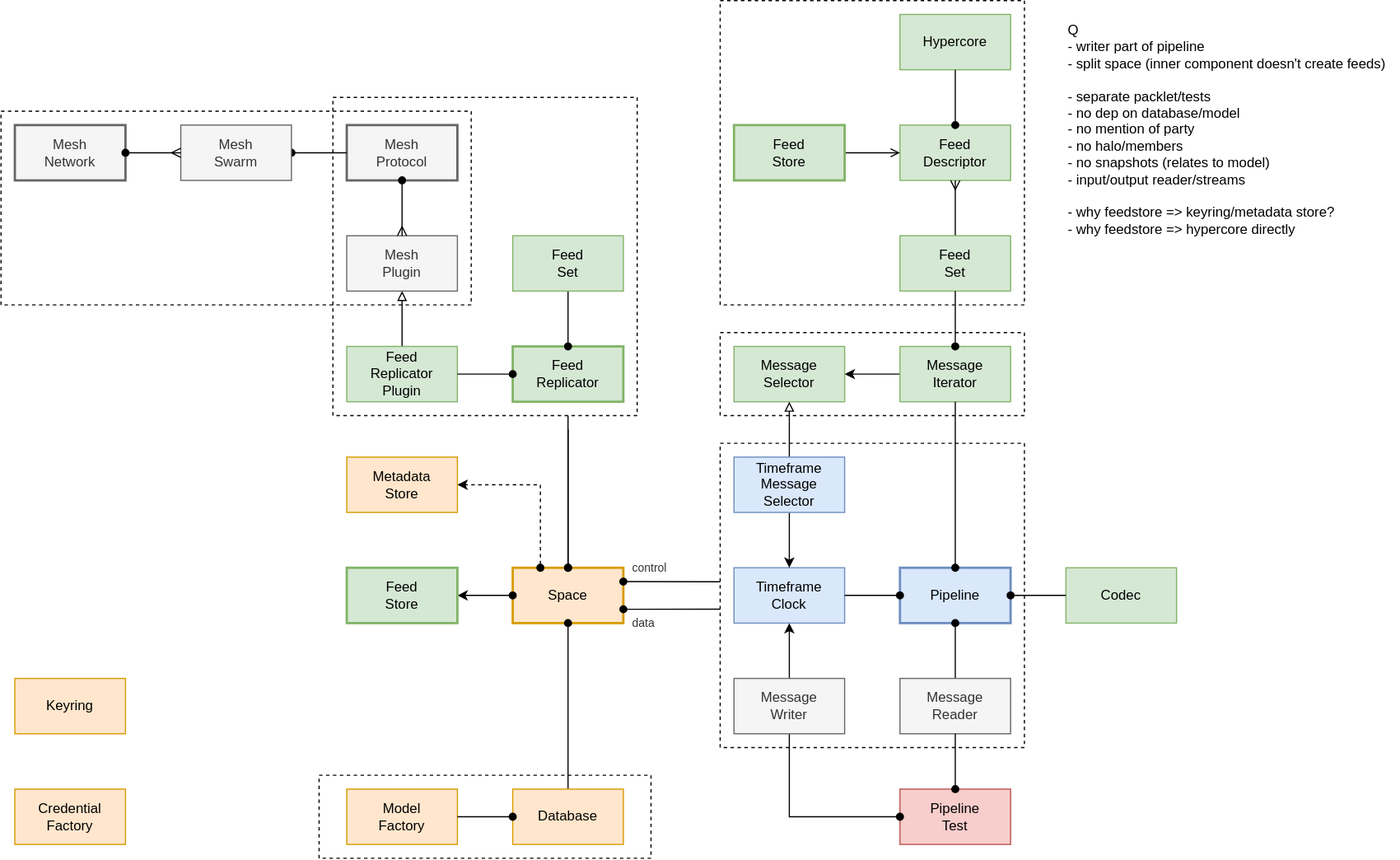
Above: docs/design/diagrams/echo-pipeline.drawio.svg in dxos/dxos (draw.io), before the change. Source tidied: cells renumbered, new cells last; positions are measured from the earlier drawing's top-left corner, leaving out a move shared by most shapes.
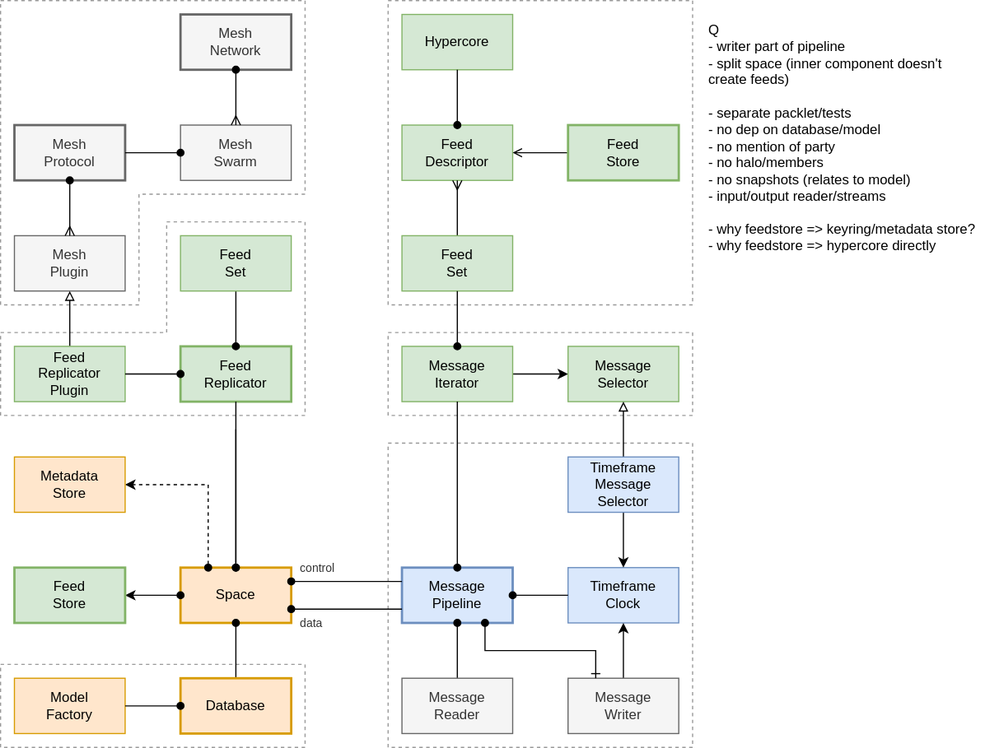
After the commit.

What changed in the source:
```diff
@@ -2,6 +2,18 @@
   <root>
     <mxCell id="0" />
     <mxCell id="1" parent="0" />
+    <mxCell id="66" style="shape=corner;whiteSpace=wrap;html=1;dx=120;dy=72;fillColor=none;dashed=1;direction=west;strokeColor=#999999;perimeterSpacing=0;" parent="1" vertex="1">
+      <mxGeometry x="288" y="192" width="264" height="168" as="geometry" />
+    </mxCell>
+    <mxCell id="50" style="rounded=0;whiteSpace=wrap;html=1;fillColor=none;dashed=1;strokeColor=#999999;" parent="1" vertex="1">
+      <mxGeometry x="624" y="288" width="264" height="72" as="geometry" />
+    </mxCell>
+    <mxCell id="4" style="rounded=0;whiteSpace=wrap;html=1;fillColor=none;dashed=1;strokeColor=#999999;" parent="1" vertex="1">
+      <mxGeometry x="288" y="576" width="264" height="72" as="geometry" />
+    </mxCell>
+    <mxCell id="67" style="shape=corner;whiteSpace=wrap;html=1;dx=120;dy=168;fillColor=none;dashed=1;strokeColor=#999999;" parent="1" vertex="1">
+      <mxGeometry x="288" width="264" height="264" as="geometry" />
+    </mxCell>
     <mxCell id="2" value="Space" style="rounded=0;whiteSpace=wrap;html=1;fillColor=#ffe6cc;strokeColor=#d79b00;strokeWidth=2;" parent="1" vertex="1">
       <mxGeometry x="444" y="492" width="96" height="48" as="geometry" />
     </mxCell>
@@ -12,99 +24,71 @@
         </Array>
       </mxGeometry>
     </mxCell>
-    <mxCell id="4" style="rounded=0;whiteSpace=wrap;html=1;fillColor=none;dashed=1;" parent="1" vertex="1">
-      <mxGeometry x="276" y="672" width="288" height="72" as="geometry" />
-    </mxCell>
-    <mxCell id="5" style="rounded=0;whiteSpace=wrap;html=1;fillColor=none;dashed=1;" parent="1" vertex="1">
-      <mxGeometry x="288" y="84" width="264" height="276" as="geometry" />
-    </mxCell>
     <mxCell id="6" style="edgeStyle=none;rounded=0;html=1;exitX=0;exitY=0.5;exitDx=0;exitDy=0;startArrow=oval;startFill=1;endArrow=classic;endFill=1;" parent="1" edge="1" source="2" target="53">
       <mxGeometry relative="1" as="geometry" />
     </mxCell>
     <mxCell id="7" style="edgeStyle=none;rounded=0;html=1;exitX=0.5;exitY=1;exitDx=0;exitDy=0;startArrow=oval;startFill=1;endArrow=none;endFill=0;" parent="1" edge="1" source="2" target="47">
       <mxGeometry relative="1" as="geometry" />
     </mxCell>
-    <mxCell id="8" style="rounded=0;whiteSpace=wrap;html=1;fillColor=none;dashed=1;" parent="1" vertex="1">
-      <mxGeometry y="96" width="408" height="168" as="geometry" />
-    </mxCell>
-    <mxCell id="9" value="Pipeline&lt;br&gt;Test" style="rounded=0;whiteSpace=wrap;html=1;fillColor=#f8cecc;strokeColor=#b85450;" parent="1" vertex="1">
-      <mxGeometry x="780" y="684" width="96" height="48" as="geometry" />
-    </mxCell>
-    <mxCell id="10" style="edgeStyle=none;rounded=0;html=1;exitX=0;exitY=0.5;exitDx=0;exitDy=0;startArrow=oval;startFill=1;endArrow=none;endFill=0;" parent="1" edge="1" source="9" target="30">
-      <mxGeometry relative="1" as="geometry">
-        <Array as="points">
-          <mxPoint x="684" y="708" />
-        </Array>
-      </mxGeometry>
-    </mxCell>
     <mxCell id="11" value="Feed&lt;br&gt;Replicator" style="rounded=0;whiteSpace=wrap;html=1;fillColor=#d5e8d4;strokeColor=#82b366;strokeWidth=2;" parent="1" vertex="1">
       <mxGeometry x="444" y="300" width="96" height="48" as="geometry" />
     </mxCell>
-    <mxCell id="12" style="rounded=0;whiteSpace=wrap;html=1;fillColor=none;dashed=1;" parent="1" vertex="1">
+    <mxCell id="12" style="rounded=0;whiteSpace=wrap;html=1;fillColor=none;dashed=1;strokeColor=#999999;" parent="1" vertex="1">
       <mxGeometry x="624" y="384" width="264" height="264" as="geometry" />
     </mxCell>
-    <mxCell id="13" style="rounded=0;whiteSpace=wrap;html=1;fillColor=none;dashed=1;" parent="1" vertex="1">
+    <mxCell id="13" style="rounded=0;whiteSpace=wrap;html=1;fillColor=none;dashed=1;strokeColor=#999999;" parent="1" vertex="1">
       <mxGeometry x="624" width="264" height="264" as="geometry" />
     </mxCell>
-    <mxCell id="14" value="Pipeline" style="rounded=0;whiteSpace=wrap;html=1;fillColor=#dae8fc;strokeColor=#6c8ebf;strokeWidth=2;" parent="1" vertex="1">
-      <mxGeometry x="780" y="492" width="96" height="48" as="geometry" />
+    <mxCell id="14" value="Message&lt;br&gt;Pipeline" style="rounded=0;whiteSpace=wrap;html=1;fillColor=#dae8fc;strokeColor=#6c8ebf;strokeWidth=2;" parent="1" vertex="1">
+      <mxGeometry x="636" y="492" width="96" height="48" as="geometry" />
     </mxCell>
     <mxCell id="15" style="edgeStyle=none;rounded=0;html=1;exitX=1;exitY=0.5;exitDx=0;exitDy=0;startArrow=none;startFill=0;endArrow=classic;endFill=1;" parent="1" edge="1" source="16" target="31">
       <mxGeometry relative="1" as="geometry" />
     </mxCell>
     <mxCell id="16" value="Message&lt;br&gt;Iterator" style="rounded=0;whiteSpace=wrap;html=1;fillColor=#d5e8d4;strokeColor=#82b366;" parent="1" vertex="1">
-      <mxGeometry x="780" y="300" width="96" height="48" as="geometry" />
+      <mxGeometry x="636" y="300" width="96" height="48" as="geometry" />
     </mxCell>
     <mxCell id="17" style="edgeStyle=none;rounded=0;html=1;exitX=0.5;exitY=0;exitDx=0;exitDy=0;startArrow=oval;startFill=1;endArrow=none;endFill=0;" parent="1" edge="1" source="14" target="16">
       <mxGeometry relative="1" as="geometry" />
     </mxCell>
     <mxCell id="18" value="Hypercore" style="rounded=0;whiteSpace=wrap;html=1;fillColor=#d5e8d4;strokeColor=#82b366;" parent="1" vertex="1">
-      <mxGeometry x="780" y="12" width="96" height="48" as="geometry" />
+      <mxGeometry x="636" y="12" width="96" height="48" as="geometry" />
     </mxCell>
     <mxCell id="19" style="edgeStyle=none;html=1;exitX=0.5;exitY=1;exitDx=0;exitDy=0;startArrow=oval;startFill=1;endArrow=none;endFill=0;rounded=0;" parent="1" edge="1" source="14" target="26">
       <mxGeometry relative="1" as="geometry" />
     </mxCell>
     <mxCell id="20" value="Q&lt;br&gt;- writer part of pipeline&lt;br&gt;- split space (inner component doesn't create feeds)&lt;br&gt;&amp;nbsp;&lt;br&gt;- separate packlet/tests&lt;br&gt;- no dep on database/model&lt;br&gt;&lt;div&gt;&lt;span&gt;- no mention of party&lt;/span&gt;&lt;/div&gt;&lt;div&gt;&lt;span&gt;- no halo/members&lt;/span&gt;&lt;/div&gt;&lt;div&gt;&lt;span&gt;- no snapshots (relates to model)&lt;/span&gt;&lt;/div&gt;&lt;div&gt;&lt;span&gt;- input/output reader/streams&lt;/span&gt;&lt;/div&gt;&lt;div&gt;&lt;span&gt;&lt;br&gt;&lt;/span&gt;&lt;/div&gt;&lt;div&gt;&lt;span&gt;- why feedstore =&amp;gt; keyring/metadata store?&lt;/span&gt;&lt;/div&gt;&lt;div&gt;&lt;span&gt;- why feedstore =&amp;gt; hypercore directly&lt;/span&gt;&lt;/div&gt;" style="rounded=0;whiteSpace=wrap;html=1;align=left;verticalAlign=top;strokeColor=none;" parent="1" vertex="1">
-      <mxGeometry x="924" y="12" width="288" height="228" as="geometry" />
+      <mxGeometry x="900" y="12" width="240" height="240" as="geometry" />
     </mxCell>
     <mxCell id="21" value="Timeframe&lt;br&gt;Clock" style="rounded=0;whiteSpace=wrap;html=1;fillColor=#dae8fc;strokeColor=#6c8ebf;" parent="1" vertex="1">
-      <mxGeometry x="636" y="492" width="96" height="48" as="geometry" />
+      <mxGeometry x="780" y="492" width="96" height="48" as="geometry" />
     </mxCell>
-    <mxCell id="22" value="Keyring" style="rounded=0;whiteSpace=wrap;html=1;fillColor=#ffe6cc;strokeColor=#d79b00;" parent="1" vertex="1">
-      <mxGeometry x="12" y="588" width="96" height="48" as="geometry" />
-    </mxCell>
     <mxCell id="23" value="Feed&lt;br&gt;Descriptor" style="rounded=0;whiteSpace=wrap;html=1;fillColor=#d5e8d4;strokeColor=#82b366;" parent="1" vertex="1">
-      <mxGeometry x="780" y="108" width="96" height="48" as="geometry" />
+      <mxGeometry x="636" y="108" width="96" height="48" as="geometry" />
     </mxCell>
     <mxCell id="24" style="edgeStyle=none;html=1;exitX=0.5;exitY=0;exitDx=0;exitDy=0;entryX=0.5;entryY=1;entryDx=0;entryDy=0;startArrow=oval;startFill=1;endArrow=none;endFill=0;" parent="1" edge="1" source="23" target="18">
       <mxGeometry relative="1" as="geometry" />
     </mxCell>
-    <mxCell id="25" value="Codec" style="rounded=0;whiteSpace=wrap;html=1;fillColor=#d5e8d4;strokeColor=#82b366;" parent="1" vertex="1">
-      <mxGeometry x="924" y="492" width="96" height="48" as="geometry" />
-    </mxCell>
     <mxCell id="26" value="Message&lt;br&gt;Reader" style="rounded=0;whiteSpace=wrap;html=1;fillColor=#f5f5f5;strokeColor=#666666;fontColor=#333333;" parent="1" vertex="1">
-      <mxGeometry x="780" y="588" width="96" height="48" as="geometry" />
+      <mxGeometry x="636" y="588" width="96" height="48" as="geometry" />
     </mxCell>
-    <mxCell id="27" style="edgeStyle=none;html=1;startArrow=oval;startFill=1;endArrow=none;endFill=0;exitX=0;exitY=0.5;exitDx=0;exitDy=0;entryX=1;entryY=0.5;entryDx=0;entryDy=0;" parent="1" edge="1" source="14" target="21">
+    <mxCell id="27" style="edgeStyle=none;html=1;startArrow=oval;startFill=1;endArrow=none;endFill=0;" parent="1" edge="1" source="14" target="21">
       <mxGeometry relative="1" as="geometry" />
     </mxCell>
-    <mxCell id="28" style="edgeStyle=none;rounded=0;html=1;exitX=0.5;exitY=0;exitDx=0;exitDy=0;startArrow=oval;startFill=1;endArrow=none;endFill=0;" parent="1" edge="1" source="9" target="26">
-      <mxGeometry relative="1" as="geometry" />
-    </mxCell>
     <mxCell id="29" style="edgeStyle=none;rounded=0;html=1;startArrow=none;startFill=0;endArrow=classic;endFill=1;" parent="1" edge="1" source="30" target="21">
       <mxGeometry relative="1" as="geometry" />
     </mxCell>
     <mxCell id="30" value="Message&lt;br&gt;Writer" style="rounded=0;whiteSpace=wrap;html=1;fillColor=#f5f5f5;strokeColor=#666666;fontColor=#333333;" parent="1" vertex="1">
-      <mxGeometry x="636" y="588" width="96" height="48" as="geometry" />
+      <mxGeometry x="780" y="588" width="96" height="48" as="geometry" />
     </mxCell>
     <mxCell id="31" value="Message&lt;br&gt;Selector" style="rounded=0;whiteSpace=wrap;html=1;fillColor=#d5e8d4;strokeColor=#82b366;" parent="1" vertex="1">
-      <mxGeometry x="636" y="300" width="96" height="48" as="geometry" />
+      <mxGeometry x="780" y="300" width="96" height="48" as="geometry" />
     </mxCell>
     <mxCell id="32" style="edgeStyle=none;rounded=0;html=1;startArrow=none;startFill=0;endArrow=ERmany;endFill=0;" parent="1" edge="1" source="33" target="23">
       <mxGeometry relative="1" as="geometry" />
     </mxCell>
     <mxCell id="33" value="Feed&lt;br&gt;Set" style="rounded=0;whiteSpace=wrap;html=1;fillColor=#d5e8d4;strokeColor=#82b366;" parent="1" vertex="1">
-      <mxGeometry x="780" y="204" width="96" height="48" as="geometry" />
+      <mxGeometry x="636" y="204" width="96" height="48" as="geometry" />
     </mxCell>
     <mxCell id="34" style="edgeStyle=none;rounded=0;html=1;exitX=0.5;exitY=0;exitDx=0;exitDy=0;startArrow=none;startFill=0;endArrow=block;endFill=0;" parent="1" edge="1" source="36" target="31">
       <mxGeometry relative="1" as="geometry" />
@@ -113,7 +97,7 @@
       <mxGeometry relative="1" as="geometry" />
     </mxCell>
     <mxCell id="36" value="Timeframe&lt;br&gt;Message&lt;br&gt;Selector" style="rounded=0;whiteSpace=wrap;html=1;fillColor=#dae8fc;strokeColor=#6c8ebf;" parent="1" vertex="1">
-      <mxGeometry x="636" y="396" width="96" height="48" as="geometry" />
+      <mxGeometry x="780" y="396" width="96" height="48" as="geometry" />
     </mxCell>
     <mxCell id="37" style="edgeStyle=none;rounded=0;html=1;startArrow=oval;startFill=1;endArrow=none;endFill=0;" parent="1" edge="1" source="11" target="39">
       <mxGeometry relative="1" as="geometry" />
@@ -124,9 +108,6 @@
     <mxCell id="39" value="Feed&lt;br&gt;Set" style="rounded=0;whiteSpace=wrap;html=1;fillColor=#d5e8d4;strokeColor=#82b366;" parent="1" vertex="1">
       <mxGeometry x="444" y="204" width="96" height="48" as="geometry" />
     </mxCell>
-    <mxCell id="40" style="edgeStyle=none;rounded=0;html=1;exitX=1;exitY=0.5;exitDx=0;exitDy=0;startArrow=oval;startFill=1;endArrow=none;endFill=0;" parent="1" edge="1" source="14" target="25">
-      <mxGeometry relative="1" as="geometry" />
-    </mxCell>
     <mxCell id="41" value="Mesh&lt;br&gt;Plugin" style="rounded=0;whiteSpace=wrap;html=1;fillColor=#f5f5f5;strokeColor=#666666;fontColor=#333333;" parent="1" vertex="1">
       <mxGeometry x="300" y="204" width="96" height="48" as="geometry" />
     </mxCell>
@@ -145,21 +126,15 @@
     <mxCell id="46" style="edgeStyle=none;rounded=0;html=1;startArrow=oval;startFill=1;endArrow=ERmany;endFill=0;" parent="1" edge="1" source="42" target="41">
       <mxGeometry relative="1" as="geometry" />
     </mxCell>
-    <mxCell id="47" value="Database" style="rounded=0;whiteSpace=wrap;html=1;fillColor=#ffe6cc;strokeColor=#d79b00;" parent="1" vertex="1">
-      <mxGeometry x="444" y="684" width="96" height="48" as="geometry" />
+    <mxCell id="47" value="Database" style="rounded=0;whiteSpace=wrap;html=1;fillColor=#ffe6cc;strokeColor=#d79b00;strokeWidth=2;" parent="1" vertex="1">
+      <mxGeometry x="444" y="588" width="96" height="48" as="geometry" />
     </mxCell>
     <mxCell id="48" style="edgeStyle=none;rounded=0;html=1;exitX=1;exitY=0.5;exitDx=0;exitDy=0;startArrow=none;startFill=0;endArrow=open;endFill=0;" parent="1" edge="1" source="49" target="23">
       <mxGeometry relative="1" as="geometry" />
     </mxCell>
     <mxCell id="49" value="Feed&lt;br&gt;Store" style="rounded=0;whiteSpace=wrap;html=1;fillColor=#d5e8d4;strokeColor=#82b366;strokeWidth=2;" parent="1" vertex="1">
-      <mxGeometry x="636" y="108" width="96" height="48" as="geometry" />
+      <mxGeometry x="780" y="108" width="96" height="48" as="geometry" />
     </mxCell>
-    <mxCell id="50" style="rounded=0;whiteSpace=wrap;html=1;fillColor=none;dashed=1;" parent="1" vertex="1">
-      <mxGeometry x="624" y="288" width="264" height="72" as="geometry" />
-    </mxCell>
-    <mxCell id="51" value="Credential&lt;br&gt;Factory" style="rounded=0;whiteSpace=wrap;html=1;fillColor=#ffe6cc;strokeColor=#d79b00;" parent="1" vertex="1">
-      <mxGeometry x="12" y="684" width="96" height="48" as="geometry" />
-    </mxCell>
     <mxCell id="52" value="Metadata&lt;br&gt;Store" style="rounded=0;whiteSpace=wrap;html=1;fillColor=#ffe6cc;strokeColor=#d79b00;" parent="1" vertex="1">
       <mxGeometry x="300" y="396" width="96" height="48" as="geometry" />
     </mxCell>
@@ -167,30 +142,24 @@
       <mxGeometry x="300" y="492" width="96" height="48" as="geometry" />
     </mxCell>
     <mxCell id="54" value="Model&lt;br&gt;Factory" style="rounded=0;whiteSpace=wrap;html=1;fillColor=#ffe6cc;strokeColor=#d79b00;" parent="1" vertex="1">
-      <mxGeometry x="300" y="684" width="96" height="48" as="geometry" />
+      <mxGeometry x="300" y="588" width="96" height="48" as="geometry" />
     </mxCell>
-    <mxCell id="55" style="edgeStyle=none;rounded=0;html=1;exitX=0;exitY=0.5;exitDx=0;exitDy=0;startArrow=oval;startFill=1;endArrow=none;endFill=0;" parent="1" edge="1" source="47" target="54">
-      <mxGeometry relative="1" as="geometry" />
-    </mxCell>
     <mxCell id="56" value="Mesh&lt;br&gt;Network" style="rounded=0;whiteSpace=wrap;html=1;fillColor=#f5f5f5;strokeColor=#666666;fontColor=#333333;strokeWidth=2;" parent="1" vertex="1">
-      <mxGeometry x="12" y="108" width="96" height="48" as="geometry" />
+      <mxGeometry x="444" y="12" width="96" height="48" as="geometry" />
     </mxCell>
-    <mxCell id="57" style="edgeStyle=none;rounded=0;html=1;exitX=1;exitY=0.5;exitDx=0;exitDy=0;startArrow=oval;startFill=1;endArrow=none;endFill=0;" parent="1" edge="1" source="58" target="42">
-      <mxGeometry relative="1" as="geometry" />
-    </mxCell>
     <mxCell id="58" value="Mesh&lt;br&gt;Swarm" style="rounded=0;whiteSpace=wrap;html=1;fillColor=#f5f5f5;strokeColor=#666666;fontColor=#333333;" parent="1" vertex="1">
-      <mxGeometry x="156" y="108" width="96" height="48" as="geometry" />
+      <mxGeometry x="444" y="108" width="96" height="48" as="geometry" />
     </mxCell>
-    <mxCell id="59" style="edgeStyle=none;rounded=0;html=1;exitX=1;exitY=0.5;exitDx=0;exitDy=0;startArrow=oval;startFill=1;endArrow=ERmany;endFill=0;" parent="1" edge="1" source="56" target="58">
+    <mxCell id="59" style="edgeStyle=none;rounded=0;html=1;startArrow=oval;startFill=1;endArrow=ERmany;endFill=0;" parent="1" edge="1" source="56" target="58">
       <mxGeometry relative="1" as="geometry" />
     </mxCell>
     <mxCell id="60" value="data" style="rounded=0;whiteSpace=wrap;html=1;fillColor=none;strokeColor=none;fontColor=#333333;align=left;spacing=8;fontSize=10;" parent="1" vertex="1">
       <mxGeometry x="540" y="528" width="96" height="24" as="geometry" />
     </mxCell>
-    <mxCell id="61" style="edgeStyle=none;rounded=0;html=1;exitX=1;exitY=0.25;exitDx=0;exitDy=0;startArrow=oval;startFill=1;endArrow=none;endFill=0;entryX=0;entryY=0.455;entryDx=0;entryDy=0;entryPerimeter=0;" parent="1" edge="1" source="2" target="12">
+    <mxCell id="61" style="edgeStyle=none;rounded=0;html=1;exitX=1;exitY=0.25;exitDx=0;exitDy=0;startArrow=oval;startFill=1;endArrow=none;endFill=0;entryX=0;entryY=0.25;entryDx=0;entryDy=0;" parent="1" edge="1" source="2" target="14">
       <mxGeometry relative="1" as="geometry" />
     </mxCell>
-    <mxCell id="62" style="edgeStyle=none;html=1;exitX=1;exitY=0.75;exitDx=0;exitDy=0;entryX=0;entryY=0.545;entryDx=0;entryDy=0;entryPerimeter=0;endArrow=none;endFill=0;startArrow=oval;startFill=1;" parent="1" edge="1" source="2" target="12">
+    <mxCell id="62" style="edgeStyle=none;html=1;exitX=1;exitY=0.75;exitDx=0;exitDy=0;entryX=0;entryY=0.75;entryDx=0;entryDy=0;endArrow=none;endFill=0;startArrow=oval;startFill=1;" parent="1" edge="1" source="2" target="14">
       <mxGeometry relative="1" as="geometry" />
     </mxCell>
     <mxCell id="63" value="control" style="rounded=0;whiteSpace=wrap;html=1;fillColor=none;strokeColor=none;fontColor=#333333;align=left;spacing=8;fontSize=10;" parent="1" vertex="1">
@@ -201,10 +170,22 @@
         <mxPoint x="492" y="372" as="targetPoint" />
       </mxGeometry>
     </mxCell>
-    <mxCell id="65" style="edgeStyle=none;rounded=0;html=1;exitX=0.5;exitY=0;exitDx=0;exitDy=0;startArrow=oval;startFill=1;endArrow=none;endFill=0;" parent="1" edge="1" source="2">
-      <mxGeometry relative="1" as="geometry">
-        <mxPoint x="492" y="360" as="targetPoint" />
-      </mxGeometry>
+    <mxCell id="65" style="edgeStyle=none;rounded=0;html=1;exitX=0.5;exitY=0;exitDx=0;exitDy=0;startArrow=oval;startFill=1;endArrow=none;endFill=0;entryX=0.5;entryY=1;entryDx=0;entryDy=0;" parent="1" edge="1" source="2" target="11">
+      <mxGeometry relative="1" as="geometry" />
     </mxCell>
+    <mxCell id="68" style="edgeStyle=none;html=1;exitX=0.75;exitY=1;exitDx=0;exitDy=0;entryX=0.25;entryY=0;entryDx=0;entryDy=0;rounded=0;startArrow=oval;startFill=1;endArrow=ERone;endFill=0;" parent="1" edge="1" source="14" target="30">
+      <mxGeometry relative="1" as="geometry">
+        <Array as="points">
+          <mxPoint x="708" y="564" />
+          <mxPoint x="804" y="564" />
+        </Array>
+      </mxGeometry>
+    </mxCell>
+    <mxCell id="57" style="edgeStyle=none;rounded=0;html=1;startArrow=oval;startFill=1;endArrow=none;endFill=0;" parent="1" edge="1" source="58" target="42">
+      <mxGeometry relative="1" as="geometry" />
+    </mxCell>
+    <mxCell id="55" style="edgeStyle=none;rounded=0;html=1;startArrow=oval;startFill=1;endArrow=none;endFill=0;" parent="1" edge="1" source="47" target="54">
+      <mxGeometry relative="1" as="geometry" />
+    </mxCell>
   </root>
 </mxGraphModel>
```
